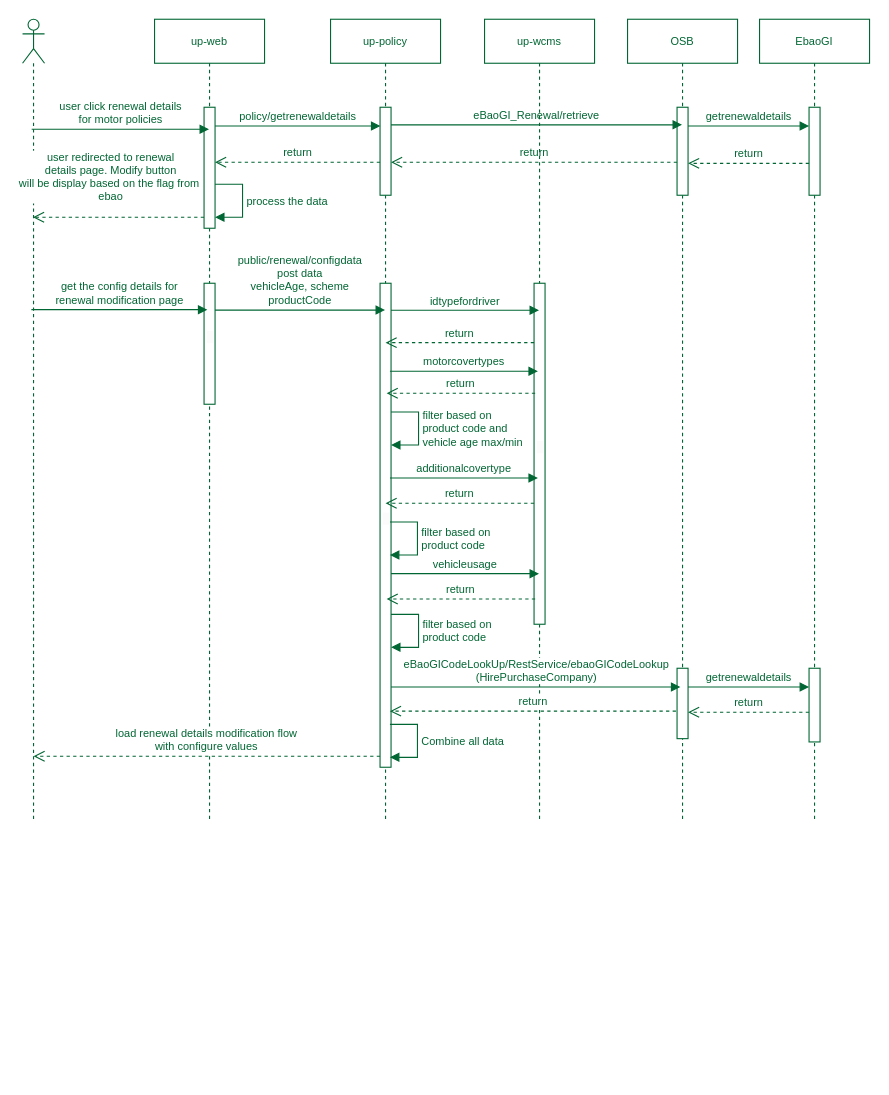
ajeeshraj56/drawio keeps this draw.io diagram as GI-renweal-modification.drawio. Above is the earlier version. Source tidied: cells renumbered, new cells numbered last; positions are measured from the earlier drawing's top-left corner, leaving out a move shared by most shapes. Both pictures are drawn from the tidied source at 110%, with x=0, y=0 at pixel (22, 19).
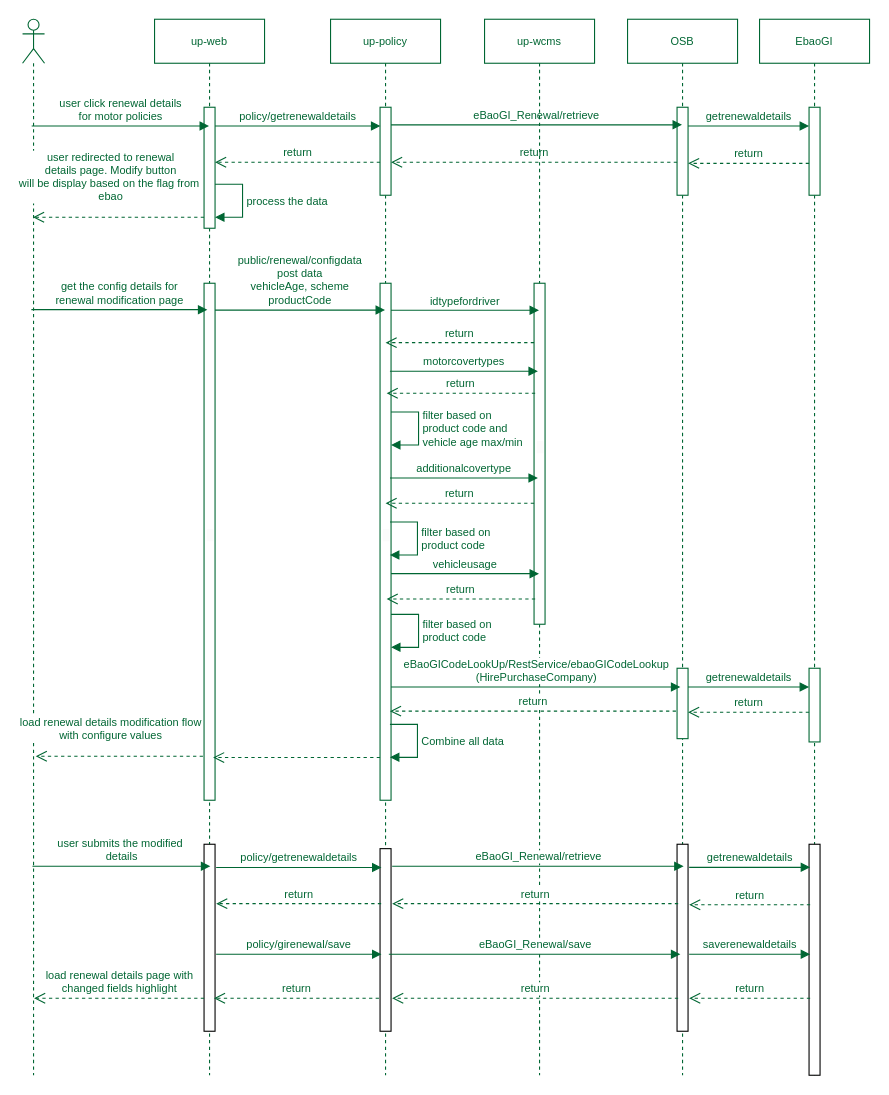
Above is the later version.

Change to the diagram source:
```diff
@@
     <mxCell id="2" style="shape=umlLifeline;perimeter=lifelinePerimeter;whiteSpace=wrap;html=1;newEdgeStyle={&quot;curved&quot;:0,&quot;rounded&quot;:0};participant=umlActor;fontSize=10;fontColor=#006633;strokeColor=#006633;" parent="1" vertex="1">
-      <mxGeometry width="20" height="730" as="geometry" />
+      <mxGeometry width="20" height="960" as="geometry" />
     </mxCell>
     <mxCell id="3" value="OSB" style="shape=umlLifeline;perimeter=lifelinePerimeter;whiteSpace=wrap;html=1;outlineConnect=0;portConstraint=eastwest;newEdgeStyle={&quot;curved&quot;:0,&quot;rounded&quot;:0};fontSize=10;fontColor=#006633;strokeColor=#006633;" parent="1" vertex="1">
-      <mxGeometry x="550" width="100" height="730" as="geometry" />
+      <mxGeometry x="550" width="100" height="960" as="geometry" />
     </mxCell>
@@
+    <mxCell id="45" style="html=1;perimeter=orthogonalPerimeter;targetShapes=umlLifeline;newEdgeStyle={&quot;curved&quot;:0,&quot;rounded&quot;:0};" parent="3" vertex="1">
+      <mxGeometry x="45" y="750" width="10" height="170" as="geometry" />
+    </mxCell>
     <mxCell id="6" value="EbaoGI" style="shape=umlLifeline;perimeter=lifelinePerimeter;whiteSpace=wrap;html=1;newEdgeStyle={&quot;curved&quot;:0,&quot;rounded&quot;:0};fontSize=10;fontColor=#006633;strokeColor=#006633;" parent="1" vertex="1">
-      <mxGeometry x="670" width="100" height="730" as="geometry" />
+      <mxGeometry x="670" width="100" height="960" as="geometry" />
     </mxCell>
@@
+    <mxCell id="46" style="html=1;perimeter=orthogonalPerimeter;targetShapes=umlLifeline;newEdgeStyle={&quot;curved&quot;:0,&quot;rounded&quot;:0};" parent="6" vertex="1">
+      <mxGeometry x="45" y="750" width="10" height="210" as="geometry" />
+    </mxCell>
     <mxCell id="10" value="up-web" style="shape=umlLifeline;perimeter=lifelinePerimeter;whiteSpace=wrap;html=1;outlineConnect=0;portConstraint=eastwest;newEdgeStyle={&quot;curved&quot;:0,&quot;rounded&quot;:0};fontSize=10;fontColor=#006633;strokeColor=#006633;" parent="1" vertex="1">
-      <mxGeometry x="120" width="100" height="730" as="geometry" />
+      <mxGeometry x="120" width="100" height="960" as="geometry" />
     </mxCell>
@@
     <mxCell id="13" value="&#10;&lt;span style=&quot;font-family: monospace; font-size: 10px; font-style: normal; font-variant-ligatures: normal; font-variant-caps: normal; font-weight: 400; letter-spacing: normal; orphans: 2; text-align: start; text-indent: 0px; text-transform: none; widows: 2; word-spacing: 0px; -webkit-text-stroke-width: 0px; background-color: rgb(251, 251, 251); text-decoration-thickness: initial; text-decoration-style: initial; text-decoration-color: initial; float: none; display: inline !important;&quot;&gt;&amp;nbsp;&lt;/span&gt;&#10;&#10;" style="html=1;perimeter=orthogonalPerimeter;targetShapes=umlLifeline;newEdgeStyle={&quot;curved&quot;:0,&quot;rounded&quot;:0};fontSize=10;fontColor=#006633;strokeColor=#006633;" parent="10" vertex="1">
-      <mxGeometry x="45" y="240" width="10" height="110" as="geometry" />
+      <mxGeometry x="45" y="240" width="10" height="470" as="geometry" />
     </mxCell>
+    <mxCell id="47" style="html=1;perimeter=orthogonalPerimeter;targetShapes=umlLifeline;newEdgeStyle={&quot;curved&quot;:0,&quot;rounded&quot;:0};" parent="10" vertex="1">
+      <mxGeometry x="45" y="750" width="10" height="170" as="geometry" />
+    </mxCell>
     <mxCell id="14" value="up-policy" style="shape=umlLifeline;perimeter=lifelinePerimeter;whiteSpace=wrap;html=1;newEdgeStyle={&quot;curved&quot;:0,&quot;rounded&quot;:0};fontSize=10;fontColor=#006633;strokeColor=#006633;" parent="1" vertex="1">
-      <mxGeometry x="280" width="100" height="730" as="geometry" />
+      <mxGeometry x="280" width="100" height="960" as="geometry" />
     </mxCell>
@@
     <mxCell id="16" value="&#10;&lt;span style=&quot;font-family: monospace; font-size: 10px; font-style: normal; font-variant-ligatures: normal; font-variant-caps: normal; font-weight: 400; letter-spacing: normal; orphans: 2; text-align: start; text-indent: 0px; text-transform: none; widows: 2; word-spacing: 0px; -webkit-text-stroke-width: 0px; background-color: rgb(251, 251, 251); text-decoration-thickness: initial; text-decoration-style: initial; text-decoration-color: initial; float: none; display: inline !important;&quot;&gt;&amp;nbsp;&lt;/span&gt;&#10;&#10;" style="html=1;points=[[0,0,0,0,5],[0,1,0,0,-5],[1,0,0,0,5],[1,1,0,0,-5]];perimeter=orthogonalPerimeter;outlineConnect=0;targetShapes=umlLifeline;portConstraint=eastwest;newEdgeStyle={&quot;curved&quot;:0,&quot;rounded&quot;:0};fontSize=10;fontColor=#006633;strokeColor=#006633;" parent="14" vertex="1">
-      <mxGeometry x="45" y="240" width="10" height="440" as="geometry" />
+      <mxGeometry x="45" y="240" width="10" height="470" as="geometry" />
     </mxCell>
+    <mxCell id="48" style="html=1;perimeter=orthogonalPerimeter;targetShapes=umlLifeline;newEdgeStyle={&quot;curved&quot;:0,&quot;rounded&quot;:0};" parent="14" vertex="1">
+      <mxGeometry x="45" y="754" width="10" height="166" as="geometry" />
+    </mxCell>
-    <mxCell id="17" value="&lt;font style=&quot;font-size: 10px;&quot;&gt;user click renewal details&lt;br style=&quot;font-size: 10px;&quot;&gt;for motor policies&lt;/font&gt;" style="html=1;verticalAlign=bottom;endArrow=block;curved=0;rounded=0;fontSize=10;fontColor=#006633;strokeColor=#006633;" parent="1" edge="1" target="10">
+    <mxCell id="17" value="&lt;font style=&quot;font-size: 10px;&quot;&gt;user click renewal details&lt;br style=&quot;font-size: 10px;&quot;&gt;for motor policies&lt;/font&gt;" style="html=1;verticalAlign=bottom;endArrow=block;curved=0;rounded=0;fontSize=10;fontColor=#006633;strokeColor=#006633;" parent="1" edge="1">
       <mxGeometry relative="1" as="geometry">
-        <mxPoint x="8.3" y="100" as="sourcePoint" />
+        <mxPoint x="8.3" y="97" as="sourcePoint" />
+        <mxPoint x="169.5" y="97" as="targetPoint" />
       </mxGeometry>
     </mxCell>
@@
     <mxCell id="26" value="up-wcms" style="shape=umlLifeline;perimeter=lifelinePerimeter;whiteSpace=wrap;html=1;newEdgeStyle={&quot;curved&quot;:0,&quot;rounded&quot;:0};fontSize=10;fontColor=#006633;strokeColor=#006633;" parent="1" vertex="1">
-      <mxGeometry x="420" width="100" height="730" as="geometry" />
+      <mxGeometry x="420" width="100" height="960" as="geometry" />
     </mxCell>
@@
-    <mxCell id="44" value="load renewal details modification flow&lt;br&gt;with configure values" style="html=1;verticalAlign=bottom;endArrow=open;dashed=1;endSize=8;curved=0;rounded=0;fontSize=10;fontColor=#006633;strokeColor=#006633;" parent="1" edge="1" source="16">
-      <mxGeometry relative="1" as="geometry">
-        <mxPoint x="10" y="670" as="targetPoint" />
+    <mxCell id="44" style="html=1;verticalAlign=bottom;endArrow=open;dashed=1;endSize=8;curved=0;rounded=0;fontSize=10;fontColor=#006633;strokeColor=#006633;entryX=0.532;entryY=0.695;entryDx=0;entryDy=0;entryPerimeter=0;" parent="1" edge="1">
+      <mxGeometry x="1" y="-85" relative="1" as="geometry">
+        <mxPoint x="325" y="671.2" as="sourcePoint" />
+        <mxPoint x="173.2" y="671.2" as="targetPoint" />
+        <mxPoint x="-83" y="68" as="offset" />
       </mxGeometry>
     </mxCell>
+    <mxCell id="49" value="load renewal details modification flow&lt;br&gt;with configure values" style="html=1;verticalAlign=bottom;endArrow=open;dashed=1;endSize=8;curved=0;rounded=0;fontSize=10;fontColor=#006633;strokeColor=#006633;entryX=0.532;entryY=0.695;entryDx=0;entryDy=0;entryPerimeter=0;" parent="1" edge="1">
+      <mxGeometry x="0.11" y="-10" relative="1" as="geometry">
+        <mxPoint x="164" y="670" as="sourcePoint" />
+        <mxPoint x="12" y="670" as="targetPoint" />
+      </mxGeometry>
+    </mxCell>
+    <mxCell id="50" value="&lt;font style=&quot;font-size: 10px;&quot;&gt;user submits the modified&amp;nbsp;&lt;br&gt;details&lt;br&gt;&lt;/font&gt;" style="html=1;verticalAlign=bottom;endArrow=block;curved=0;rounded=0;fontSize=10;fontColor=#006633;strokeColor=#006633;" parent="1" edge="1">
+      <mxGeometry relative="1" as="geometry">
+        <mxPoint x="9" y="770" as="sourcePoint" />
+        <mxPoint x="170.7" y="770" as="targetPoint" />
+      </mxGeometry>
+    </mxCell>
+    <mxCell id="51" value="policy/girenewal/save" style="html=1;verticalAlign=bottom;endArrow=block;curved=0;rounded=0;fontSize=10;entryX=0.453;entryY=0.181;entryDx=0;entryDy=0;entryPerimeter=0;fontColor=#006633;strokeColor=#006633;" parent="1" edge="1">
+      <mxGeometry relative="1" as="geometry">
+        <mxPoint x="176" y="850" as="sourcePoint" />
+        <mxPoint x="326.3" y="850" as="targetPoint" />
+      </mxGeometry>
+    </mxCell>
+    <mxCell id="52" value="eBaoGI_Renewal/save" style="html=1;verticalAlign=bottom;endArrow=block;curved=0;rounded=0;fontSize=10;fontColor=#006633;strokeColor=#006633;" parent="1" edge="1">
+      <mxGeometry relative="1" as="geometry">
+        <mxPoint x="333" y="850" as="sourcePoint" />
+        <mxPoint x="598" y="850" as="targetPoint" />
+      </mxGeometry>
+    </mxCell>
+    <mxCell id="53" value="saverenewaldetails" style="html=1;verticalAlign=bottom;endArrow=block;curved=0;rounded=0;fontSize=10;fontColor=#006633;strokeColor=#006633;" parent="1" edge="1">
+      <mxGeometry relative="1" as="geometry">
+        <mxPoint x="606" y="850" as="sourcePoint" />
+        <mxPoint x="716" y="850" as="targetPoint" />
+      </mxGeometry>
+    </mxCell>
+    <mxCell id="54" value="return" style="html=1;verticalAlign=bottom;endArrow=open;dashed=1;endSize=8;curved=0;rounded=0;fontSize=10;fontColor=#006633;strokeColor=#006633;" parent="1" edge="1">
+      <mxGeometry relative="1" as="geometry">
+        <mxPoint x="324" y="890" as="sourcePoint" />
+        <mxPoint x="174" y="890" as="targetPoint" />
+      </mxGeometry>
+    </mxCell>
+    <mxCell id="55" value="return" style="html=1;verticalAlign=bottom;endArrow=open;dashed=1;endSize=8;curved=0;rounded=0;fontSize=10;fontColor=#006633;strokeColor=#006633;" parent="1" edge="1">
+      <mxGeometry relative="1" as="geometry">
+        <mxPoint x="596" y="890" as="sourcePoint" />
+        <mxPoint x="336" y="890" as="targetPoint" />
+      </mxGeometry>
+    </mxCell>
+    <mxCell id="56" value="return" style="html=1;verticalAlign=bottom;endArrow=open;dashed=1;endSize=8;curved=0;rounded=0;fontSize=10;fontColor=#006633;strokeColor=#006633;" parent="1" edge="1">
+      <mxGeometry relative="1" as="geometry">
+        <mxPoint x="716" y="890" as="sourcePoint" />
+        <mxPoint x="606" y="890" as="targetPoint" />
+      </mxGeometry>
+    </mxCell>
+    <mxCell id="57" value="load renewal details page with&lt;br&gt;changed fields highlight" style="html=1;verticalAlign=bottom;endArrow=open;dashed=1;endSize=8;curved=0;rounded=0;fontSize=10;fontColor=#006633;strokeColor=#006633;" parent="1" edge="1">
+      <mxGeometry relative="1" as="geometry">
+        <mxPoint x="165" y="890" as="sourcePoint" />
+        <mxPoint x="10.5" y="890" as="targetPoint" />
+      </mxGeometry>
+    </mxCell>
+    <mxCell id="58" value="policy/getrenewaldetails" style="html=1;verticalAlign=bottom;endArrow=block;curved=0;rounded=0;fontSize=10;entryX=0.453;entryY=0.181;entryDx=0;entryDy=0;entryPerimeter=0;fontColor=#006633;strokeColor=#006633;" parent="1" edge="1">
+      <mxGeometry relative="1" as="geometry">
+        <mxPoint x="176" y="771.1" as="sourcePoint" />
+        <mxPoint x="326.3" y="771.1" as="targetPoint" />
+      </mxGeometry>
+    </mxCell>
+    <mxCell id="59" value="eBaoGI_Renewal/retrieve" style="html=1;verticalAlign=bottom;endArrow=block;curved=0;rounded=0;fontSize=10;fontColor=#006633;strokeColor=#006633;" parent="1" edge="1">
+      <mxGeometry relative="1" as="geometry">
+        <mxPoint x="336" y="770" as="sourcePoint" />
+        <mxPoint x="601" y="770" as="targetPoint" />
+      </mxGeometry>
+    </mxCell>
+    <mxCell id="60" value="getrenewaldetails" style="html=1;verticalAlign=bottom;endArrow=block;curved=0;rounded=0;fontSize=10;fontColor=#006633;strokeColor=#006633;" parent="1" edge="1">
+      <mxGeometry relative="1" as="geometry">
+        <mxPoint x="606" y="771" as="sourcePoint" />
+        <mxPoint x="716" y="771" as="targetPoint" />
+      </mxGeometry>
+    </mxCell>
+    <mxCell id="61" value="return" style="html=1;verticalAlign=bottom;endArrow=open;dashed=1;endSize=8;curved=0;rounded=0;fontSize=10;fontColor=#006633;strokeColor=#006633;" parent="1" edge="1">
+      <mxGeometry relative="1" as="geometry">
+        <mxPoint x="326" y="804" as="sourcePoint" />
+        <mxPoint x="176" y="804" as="targetPoint" />
+      </mxGeometry>
+    </mxCell>
+    <mxCell id="62" value="return" style="html=1;verticalAlign=bottom;endArrow=open;dashed=1;endSize=8;curved=0;rounded=0;fontSize=10;fontColor=#006633;strokeColor=#006633;" parent="1" edge="1">
+      <mxGeometry relative="1" as="geometry">
+        <mxPoint x="596" y="804" as="sourcePoint" />
+        <mxPoint x="336" y="804" as="targetPoint" />
+      </mxGeometry>
+    </mxCell>
+    <mxCell id="63" value="return" style="html=1;verticalAlign=bottom;endArrow=open;dashed=1;endSize=8;curved=0;rounded=0;fontSize=10;fontColor=#006633;strokeColor=#006633;" parent="1" edge="1">
+      <mxGeometry relative="1" as="geometry">
+        <mxPoint x="716" y="805" as="sourcePoint" />
+        <mxPoint x="606" y="805" as="targetPoint" />
+      </mxGeometry>
+    </mxCell>
```
